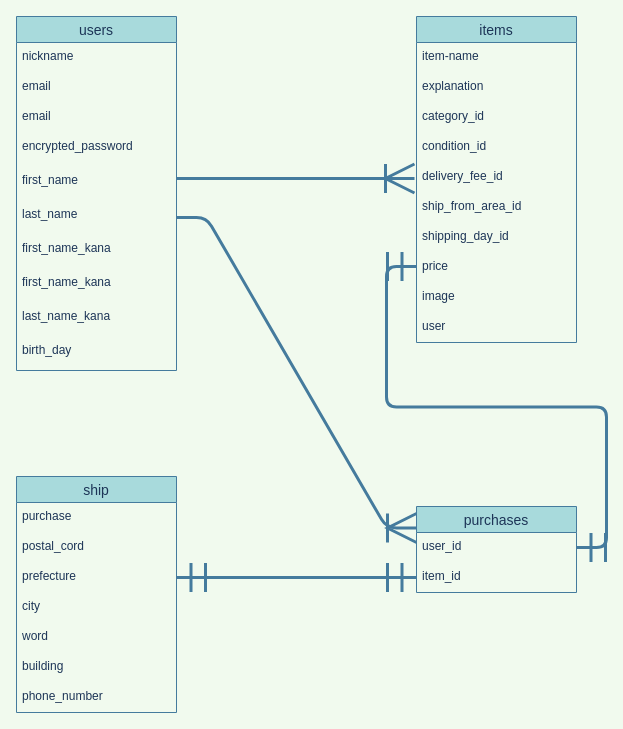
Before: ER.dio in Maooooooooooo/furima-33383, a draw.io diagram. Source tidied: cells renumbered, new cells numbered last; positions are measured from the earlier drawing's top-left corner, leaving out a move shared by most shapes. Both pictures are drawn from the tidied source at 100%, with x=0, y=0 at pixel (16, 16).
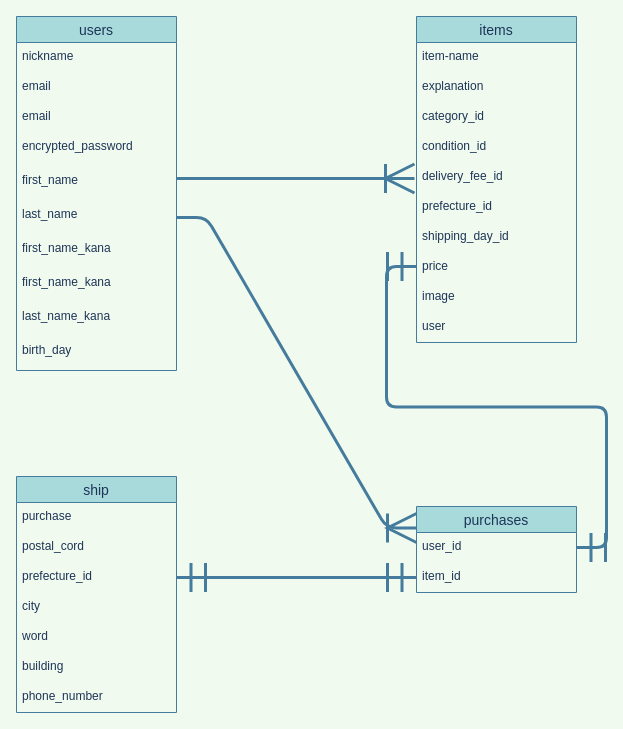
After the change.

The change refers to these unchanged cells:
```xml
<mxCell id="13" value="items" style="swimlane;fontStyle=0;horizontal=1;startSize=26;align=center;fontSize=14;flipH=1;fillColor=#A8DADC;strokeColor=#457B9D;fontColor=#1D3557;" parent="1" vertex="1">
  <mxGeometry x="400" width="160" height="326" as="geometry" />
</mxCell>
<mxCell id="27" value="ship" style="swimlane;fontStyle=0;horizontal=1;startSize=26;align=center;fontSize=14;fillColor=#A8DADC;strokeColor=#457B9D;fontColor=#1D3557;" parent="1" vertex="1">
  <mxGeometry y="460" width="160" height="236" as="geometry" />
</mxCell>
```

The edit, as a diff of the source:
```diff
@@
-    <mxCell id="19" value="ship_from_area_id" style="text;strokeColor=none;fillColor=none;spacingLeft=4;spacingRight=4;overflow=hidden;fontSize=12;fontColor=#1D3557;" parent="13" vertex="1">
+    <mxCell id="19" value="prefecture_id" style="text;strokeColor=none;fillColor=none;spacingLeft=4;spacingRight=4;overflow=hidden;fontSize=12;fontColor=#1D3557;" parent="13" vertex="1">
       <mxGeometry y="176" width="160" height="30" as="geometry" />
     </mxCell>
@@
-    <mxCell id="30" value="prefecture" style="text;strokeColor=none;fillColor=none;spacingLeft=4;spacingRight=4;overflow=hidden;fontSize=12;fontColor=#1D3557;" parent="27" vertex="1">
+    <mxCell id="30" value="prefecture_id" style="text;strokeColor=none;fillColor=none;spacingLeft=4;spacingRight=4;overflow=hidden;fontSize=12;fontColor=#1D3557;" parent="27" vertex="1">
       <mxGeometry y="86" width="160" height="30" as="geometry" />
     </mxCell>
```
